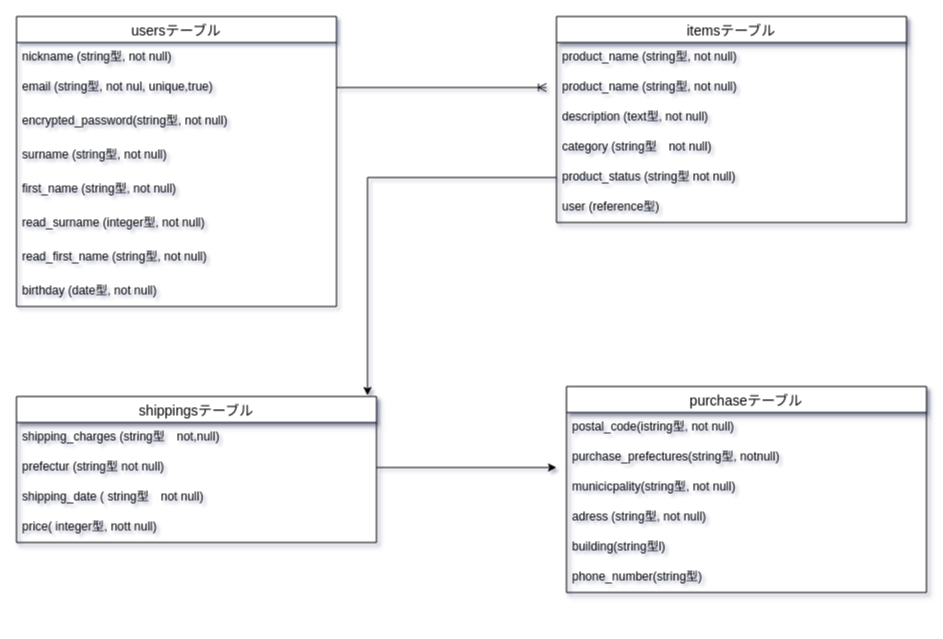
Above: er.test.dio in wanderingrider/furima-34509 (draw.io), before the change. Source tidied: cells renumbered, new cells numbered last; positions are measured from the earlier drawing's top-left corner, leaving out a move shared by most shapes. Both pictures are drawn from the tidied source at 100%, with x=0, y=0 at pixel (16, 16).
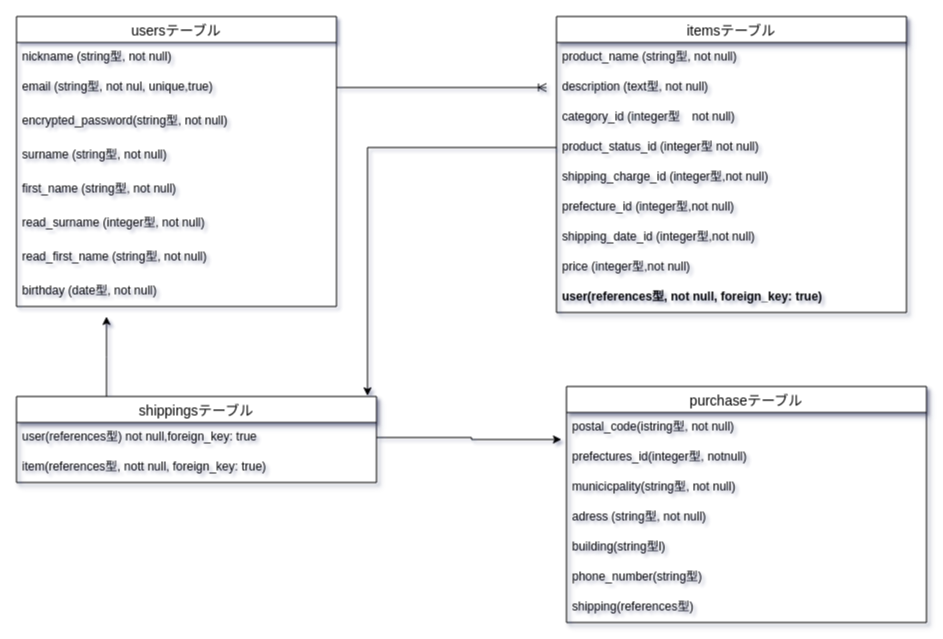
After the change.

The change refers to these unchanged cells:
```xml
<mxCell id="24" value="postal_code(istring型, not null)" style="text;strokeColor=none;fillColor=none;spacingLeft=4;spacingRight=4;overflow=hidden;points=[[0,0.5],[1,0.5]];portConstraint=eastwest;fontSize=12;" parent="23" vertex="1">
  <mxGeometry y="26" width="360" height="30" as="geometry" />
</mxCell>
```

The edit, as a diff of the source:
```diff
@@
     <mxCell id="11" value="itemsテーブル" style="swimlane;fontStyle=0;horizontal=1;startSize=26;align=center;fontSize=14;shadow=1;html=0;" parent="1" vertex="1">
-      <mxGeometry x="540" width="350" height="206" as="geometry" />
+      <mxGeometry x="540" width="350" height="296" as="geometry" />
     </mxCell>
@@
-    <mxCell id="13" value="product_name (string型, not null)" style="text;strokeColor=none;fillColor=none;spacingLeft=4;spacingRight=4;overflow=hidden;fontSize=12;" parent="11" vertex="1">
-      <mxGeometry y="56" width="350" height="30" as="geometry" />
-    </mxCell>
     <mxCell id="14" value="description (text型, not null)" style="text;strokeColor=none;fillColor=none;spacingLeft=4;spacingRight=4;overflow=hidden;fontSize=12;" parent="11" vertex="1">
-      <mxGeometry y="86" width="350" height="30" as="geometry" />
+      <mxGeometry y="56" width="350" height="30" as="geometry" />
     </mxCell>
-    <mxCell id="15" value="category (string型　not null)" style="text;strokeColor=none;fillColor=none;spacingLeft=4;spacingRight=4;overflow=hidden;fontSize=12;" parent="11" vertex="1">
-      <mxGeometry y="116" width="350" height="30" as="geometry" />
+    <mxCell id="15" value="category_id (integer型　not null)" style="text;strokeColor=none;fillColor=none;spacingLeft=4;spacingRight=4;overflow=hidden;fontSize=12;" parent="11" vertex="1">
+      <mxGeometry y="86" width="350" height="30" as="geometry" />
     </mxCell>
-    <mxCell id="16" value="product_status (string型 not null)" style="text;strokeColor=none;fillColor=none;spacingLeft=4;spacingRight=4;overflow=hidden;points=[[0,0.5],[1,0.5]];portConstraint=eastwest;fontSize=12;" parent="11" vertex="1">
-      <mxGeometry y="146" width="350" height="30" as="geometry" />
+    <mxCell id="16" value="product_status_id (integer型 not null)" style="text;strokeColor=none;fillColor=none;spacingLeft=4;spacingRight=4;overflow=hidden;points=[[0,0.5],[1,0.5]];portConstraint=eastwest;fontSize=12;" parent="11" vertex="1">
+      <mxGeometry y="116" width="350" height="30" as="geometry" />
     </mxCell>
-    <mxCell id="17" value="user (reference型)" style="text;strokeColor=none;fillColor=none;spacingLeft=4;spacingRight=4;overflow=hidden;fontSize=12;" parent="11" vertex="1">
-      <mxGeometry y="176" width="350" height="30" as="geometry" />
+    <mxCell id="17" value="shipping_charge_id (integer型,not null)" style="text;strokeColor=none;fillColor=none;spacingLeft=4;spacingRight=4;overflow=hidden;fontSize=12;" parent="11" vertex="1">
+      <mxGeometry y="146" width="350" height="30" as="geometry" />
     </mxCell>
+    <mxCell id="33" value="prefecture_id (integer型,not null)" style="text;strokeColor=none;fillColor=none;spacingLeft=4;spacingRight=4;overflow=hidden;fontSize=12;" parent="11" vertex="1">
+      <mxGeometry y="176" width="350" height="30" as="geometry" />
+    </mxCell>
+    <mxCell id="34" value="shipping_date_id (integer型,not null)" style="text;strokeColor=none;fillColor=none;spacingLeft=4;spacingRight=4;overflow=hidden;fontSize=12;" parent="11" vertex="1">
+      <mxGeometry y="206" width="350" height="30" as="geometry" />
+    </mxCell>
+    <mxCell id="35" value="price (integer型,not null)" style="text;strokeColor=none;fillColor=none;spacingLeft=4;spacingRight=4;overflow=hidden;fontSize=12;" parent="11" vertex="1">
+      <mxGeometry y="236" width="350" height="30" as="geometry" />
+    </mxCell>
+    <mxCell id="36" value="user(references型, not null, foreign_key: true)" style="text;strokeColor=none;fillColor=none;spacingLeft=4;spacingRight=4;overflow=hidden;fontSize=12;fontStyle=1;" parent="11" vertex="1">
+      <mxGeometry y="266" width="350" height="30" as="geometry" />
+    </mxCell>
+    <mxCell id="37" style="edgeStyle=orthogonalEdgeStyle;rounded=0;jettySize=auto;html=1;exitX=0.25;exitY=0;exitDx=0;exitDy=0;" parent="1" edge="1" source="18">
+      <mxGeometry relative="1" as="geometry">
+        <mxPoint x="90" y="300" as="targetPoint" />
+      </mxGeometry>
+    </mxCell>
     <mxCell id="18" value="shippingsテーブル" style="swimlane;fontStyle=0;horizontal=1;startSize=26;align=center;fontSize=14;shadow=1;html=0;" parent="1" vertex="1">
-      <mxGeometry y="380" width="360" height="146" as="geometry" />
+      <mxGeometry y="380" width="360" height="86" as="geometry" />
     </mxCell>
-    <mxCell id="19" value="shipping_charges (string型　not,null)" style="text;strokeColor=none;fillColor=none;spacingLeft=4;spacingRight=4;overflow=hidden;fontSize=12;" parent="18" vertex="1">
-      <mxGeometry y="26" width="360" height="30" as="geometry" />
-    </mxCell>
-    <mxCell id="20" value="prefectur (string型 not null)" style="text;strokeColor=none;fillColor=none;spacingLeft=4;spacingRight=4;overflow=hidden;points=[[0,0.5],[1,0.5]];portConstraint=eastwest;fontSize=12;" parent="18" vertex="1">
-      <mxGeometry y="56" width="360" height="30" as="geometry" />
-    </mxCell>
-    <mxCell id="21" value="shipping_date ( string型　not null)&#10;" style="text;strokeColor=none;fillColor=none;spacingLeft=4;spacingRight=4;overflow=hidden;points=[[0,0.5],[1,0.5]];portConstraint=eastwest;fontSize=12;" parent="18" vertex="1">
-      <mxGeometry y="86" width="360" height="30" as="geometry" />
+    <mxCell id="21" value="user(references型) not null,foreign_key: true" style="text;strokeColor=none;fillColor=none;spacingLeft=4;spacingRight=4;overflow=hidden;points=[[0,0.5],[1,0.5]];portConstraint=eastwest;fontSize=12;" parent="18" vertex="1">
+      <mxGeometry y="26" width="360" height="30" as="geometry" />
     </mxCell>
-    <mxCell id="22" value="price( integer型, nott null)" style="text;strokeColor=none;fillColor=none;spacingLeft=4;spacingRight=4;overflow=hidden;fontSize=12;" parent="18" vertex="1">
-      <mxGeometry y="116" width="360" height="30" as="geometry" />
+    <mxCell id="22" value="item(references型, nott null, foreign_key: true)" style="text;strokeColor=none;fillColor=none;spacingLeft=4;spacingRight=4;overflow=hidden;fontSize=12;" parent="18" vertex="1">
+      <mxGeometry y="56" width="360" height="30" as="geometry" />
     </mxCell>
     <mxCell id="23" value="purchaseテーブル" style="swimlane;fontStyle=0;horizontal=1;startSize=26;align=center;fontSize=14;shadow=1;html=0;" parent="1" vertex="1">
-      <mxGeometry x="550" y="370" width="360" height="206" as="geometry" />
+      <mxGeometry x="550" y="370" width="360" height="236" as="geometry" />
     </mxCell>
@@
-    <mxCell id="25" value="purchase_prefectures(string型, notnull)" style="text;strokeColor=none;fillColor=none;spacingLeft=4;spacingRight=4;overflow=hidden;fontSize=12;" parent="23" vertex="1">
+    <mxCell id="25" value="prefectures_id(integer型, notnull)" style="text;strokeColor=none;fillColor=none;spacingLeft=4;spacingRight=4;overflow=hidden;fontSize=12;" parent="23" vertex="1">
       <mxGeometry y="56" width="360" height="30" as="geometry" />
     </mxCell>
@@
+    <mxCell id="38" value="shipping(references型)" style="text;strokeColor=none;fillColor=none;spacingLeft=4;spacingRight=4;overflow=hidden;fontSize=12;" parent="23" vertex="1">
+      <mxGeometry y="206" width="360" height="30" as="geometry" />
+    </mxCell>
@@
-    <mxCell id="32" style="edgeStyle=orthogonalEdgeStyle;rounded=0;jettySize=auto;html=1;exitX=1;exitY=0.5;exitDx=0;exitDy=0;endArrow=classic;endFill=1;strokeWidth=1;fontSize=17;" parent="1" edge="1" source="20">
-      <mxGeometry relative="1" as="geometry">
-        <mxPoint x="540" y="451" as="targetPoint" />
-      </mxGeometry>
-    </mxCell>
+    <mxCell id="39" style="edgeStyle=orthogonalEdgeStyle;rounded=0;jettySize=auto;html=1;exitX=1;exitY=0.5;exitDx=0;exitDy=0;entryX=-0.014;entryY=0.9;entryDx=0;entryDy=0;entryPerimeter=0;" parent="1" edge="1" source="21" target="24">
+      <mxGeometry relative="1" as="geometry" />
+    </mxCell>
```
